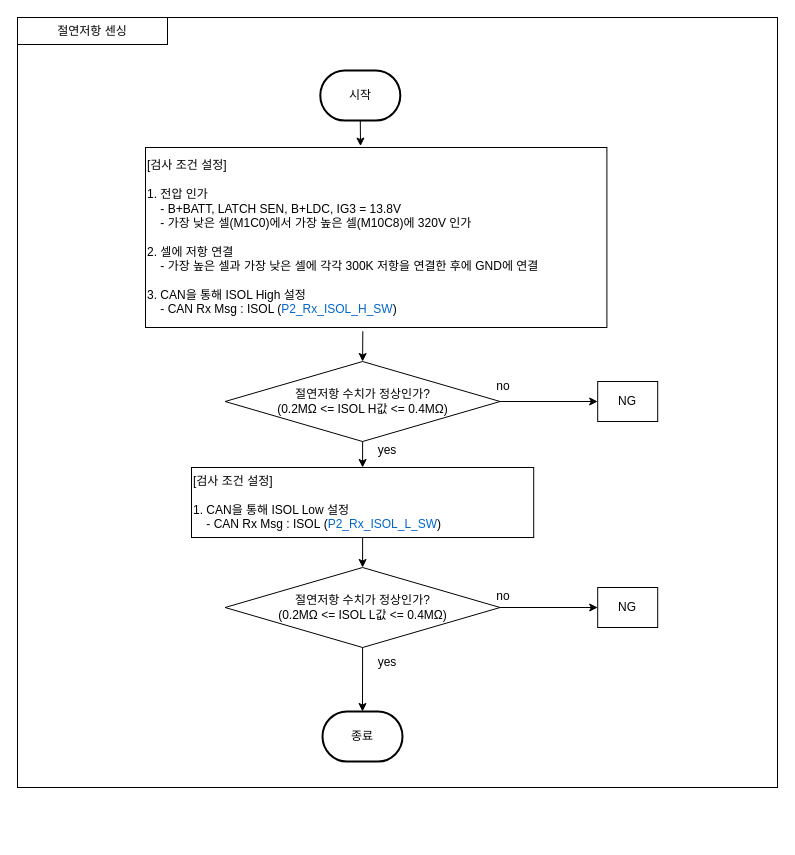
The draw.io diagram 절연저항 센싱.drawio in chaeyoonl/state-transition-diagram-test, before the edit. Source tidied: cells renumbered, new cells numbered last; positions are measured from the earlier drawing's top-left corner, leaving out a move shared by most shapes. Both pictures are drawn from the tidied source at 100%, with x=0, y=0 at pixel (17, 17).
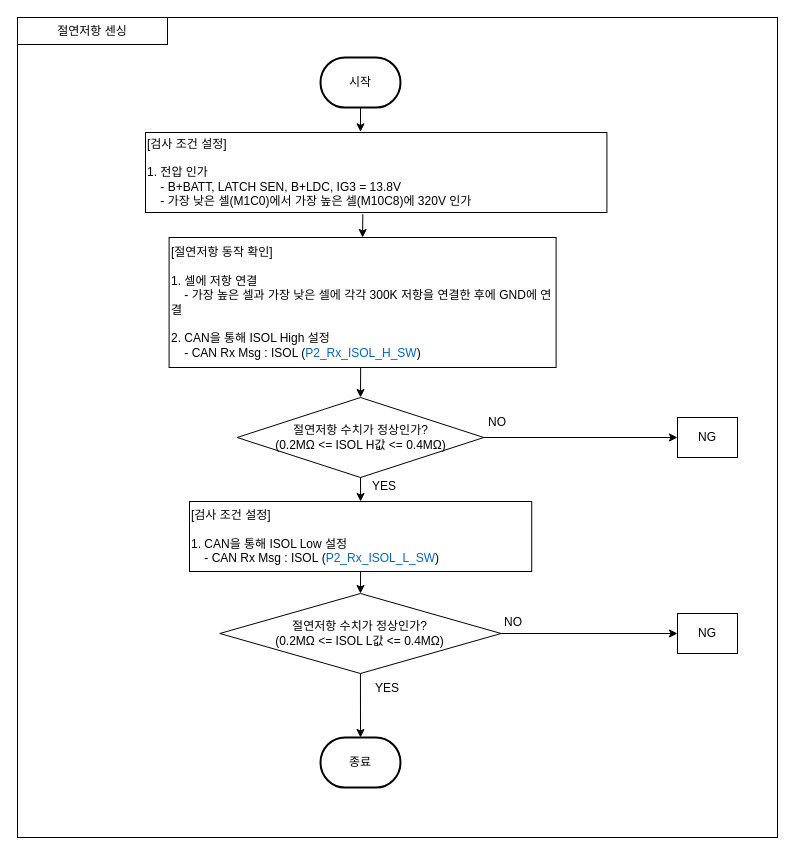
The same page after the edit.

Commit message:
절연저항 센싱.drawio 업데이트

Change to the diagram source:
```diff
@@
     <mxCell id="2" style="rounded=0;whiteSpace=wrap;html=1;align=left;" parent="1" vertex="1">
-      <mxGeometry width="760" height="770" as="geometry" />
+      <mxGeometry width="760" height="820" as="geometry" />
     </mxCell>
     <mxCell id="3" value="시작" style="strokeWidth=2;html=1;shape=mxgraph.flowchart.terminator;whiteSpace=wrap;" parent="1" vertex="1">
-      <mxGeometry x="302.8" y="53" width="80" height="50" as="geometry" />
+      <mxGeometry x="303" y="40" width="80" height="50" as="geometry" />
     </mxCell>
-    <mxCell id="4" value="[검사 조건 설정]&lt;br&gt;&lt;br&gt;1. 전압 인가&lt;br&gt;&amp;nbsp; &amp;nbsp; - B+BATT, LATCH SEN, B+LDC, IG3 = 13.8V&lt;br&gt;&amp;nbsp; &amp;nbsp; - 가장 낮은 셀(M1C0)에서 가장 높은 셀(M10C8)에 320V 인가&lt;br&gt;&lt;br&gt;2. 셀에 저항 연결&lt;br&gt;&amp;nbsp; &amp;nbsp; - 가장 높은 셀과 가장 낮은 셀에 각각 300K 저항을 연결한 후에 GND에 연결&lt;br&gt;&lt;br&gt;3. CAN을 통해 ISOL High 설정&lt;br style=&quot;border-color: var(--border-color);&quot;&gt;&amp;nbsp; &amp;nbsp; - CAN Rx Msg :&amp;nbsp;ISOL (&lt;font style=&quot;border-color: var(--border-color);&quot; color=&quot;#0066cc&quot;&gt;P2_Rx_ISOL_H_SW&lt;/font&gt;)" style="rounded=0;whiteSpace=wrap;html=1;align=left;" parent="1" vertex="1">
-      <mxGeometry x="128" y="130" width="461.4" height="180" as="geometry" />
+    <mxCell id="4" value="[검사 조건 설정]&lt;br&gt;&lt;br&gt;1. 전압 인가&lt;br&gt;&amp;nbsp; &amp;nbsp; - B+BATT, LATCH SEN, B+LDC, IG3 = 13.8V&lt;br&gt;&amp;nbsp; &amp;nbsp; - 가장 낮은 셀(M1C0)에서 가장 높은 셀(M10C8)에 320V 인가" style="rounded=0;whiteSpace=wrap;html=1;align=left;" parent="1" vertex="1">
+      <mxGeometry x="128" y="115" width="461.4" height="80" as="geometry" />
     </mxCell>
@@
     <mxCell id="6" value="절연저항 수치가 정상인가?&lt;br&gt;(0.2MΩ &amp;lt;= ISOL H값 &amp;lt;= 0.4MΩ)" style="rhombus;whiteSpace=wrap;html=1;" parent="1" vertex="1">
-      <mxGeometry x="207.6" y="344" width="275" height="80" as="geometry" />
+      <mxGeometry x="219.7" y="380" width="246.6" height="80" as="geometry" />
     </mxCell>
     <mxCell id="7" value="[검사 조건 설정]&lt;br&gt;&lt;br&gt;1. CAN을 통해 ISOL Low 설정&lt;br&gt;&amp;nbsp; &amp;nbsp; - CAN Rx Msg :&amp;nbsp;ISOL&amp;nbsp;(&lt;font color=&quot;#0066cc&quot;&gt;P2_Rx_ISOL_L_SW&lt;/font&gt;)" style="rounded=0;whiteSpace=wrap;html=1;align=left;" parent="1" vertex="1">
-      <mxGeometry x="174" y="450" width="342.2" height="70" as="geometry" />
+      <mxGeometry x="172" y="484" width="342.2" height="70" as="geometry" />
     </mxCell>
-    <mxCell id="8" value="절연저항 수치가 정상인가?&lt;br&gt;(0.2MΩ &amp;lt;= ISOL L값 &amp;lt;= 0.4MΩ)" style="rhombus;whiteSpace=wrap;html=1;" parent="1" vertex="1">
-      <mxGeometry x="207.6" y="550" width="275" height="80" as="geometry" />
+    <mxCell id="8" value="절연저항 수치가 정상인가?&lt;br style=&quot;border-color: var(--border-color);&quot;&gt;(0.2MΩ &amp;lt;= ISOL L값 &amp;lt;= 0.4MΩ)" style="rhombus;whiteSpace=wrap;html=1;" parent="1" vertex="1">
+      <mxGeometry x="202.3" y="576" width="281.3" height="80" as="geometry" />
     </mxCell>
-    <mxCell id="9" style="endArrow=classic;html=1;rounded=0;exitX=0.471;exitY=1.021;exitDx=0;exitDy=0;entryX=0.5;entryY=0;entryDx=0;entryDy=0;exitPerimeter=0;" parent="1" edge="1" source="4" target="6">
+    <mxCell id="9" style="endArrow=classic;html=1;rounded=0;exitX=0.495;exitY=1.001;exitDx=0;exitDy=0;entryX=0.5;entryY=0;entryDx=0;entryDy=0;exitPerimeter=0;" parent="1" edge="1" source="24" target="6">
       <mxGeometry relative="1" as="geometry" />
     </mxCell>
@@
-    <mxCell id="12" value="yes" style="text;html=1;strokeColor=none;fillColor=none;align=center;verticalAlign=middle;whiteSpace=wrap;rounded=0;" parent="1" vertex="1">
-      <mxGeometry x="340.2" y="630" width="60" height="30" as="geometry" />
+    <mxCell id="12" value="YES" style="text;html=1;strokeColor=none;fillColor=none;align=center;verticalAlign=middle;whiteSpace=wrap;rounded=0;" parent="1" vertex="1">
+      <mxGeometry x="340.2" y="656" width="60" height="30" as="geometry" />
     </mxCell>
     <mxCell id="13" value="종료" style="strokeWidth=2;html=1;shape=mxgraph.flowchart.terminator;whiteSpace=wrap;" parent="1" vertex="1">
-      <mxGeometry x="305" y="694" width="80" height="50" as="geometry" />
+      <mxGeometry x="303" y="720" width="80" height="50" as="geometry" />
     </mxCell>
@@
     <mxCell id="15" value="NG" style="rounded=0;whiteSpace=wrap;html=1;align=center;" parent="1" vertex="1">
-      <mxGeometry x="580.2" y="364" width="60" height="40" as="geometry" />
+      <mxGeometry x="660" y="400" width="60" height="40" as="geometry" />
     </mxCell>
     <mxCell id="16" value="NG" style="rounded=0;whiteSpace=wrap;html=1;align=center;" parent="1" vertex="1">
-      <mxGeometry x="580.2" y="570" width="60" height="40" as="geometry" />
+      <mxGeometry x="660" y="596" width="60" height="40" as="geometry" />
     </mxCell>
@@
-    <mxCell id="19" value="yes" style="text;html=1;strokeColor=none;fillColor=none;align=center;verticalAlign=middle;whiteSpace=wrap;rounded=0;" parent="1" vertex="1">
-      <mxGeometry x="340.2" y="418" width="60" height="30" as="geometry" />
+    <mxCell id="19" value="YES" style="text;html=1;strokeColor=none;fillColor=none;align=center;verticalAlign=middle;whiteSpace=wrap;rounded=0;" parent="1" vertex="1">
+      <mxGeometry x="337.2" y="454" width="60" height="30" as="geometry" />
     </mxCell>
-    <mxCell id="20" value="no" style="text;html=1;strokeColor=none;fillColor=none;align=center;verticalAlign=middle;whiteSpace=wrap;rounded=0;" parent="1" vertex="1">
-      <mxGeometry x="456.2" y="354" width="60" height="30" as="geometry" />
+    <mxCell id="20" value="NO" style="text;html=1;strokeColor=none;fillColor=none;align=center;verticalAlign=middle;whiteSpace=wrap;rounded=0;" parent="1" vertex="1">
+      <mxGeometry x="450" y="390" width="60" height="30" as="geometry" />
     </mxCell>
-    <mxCell id="21" value="no" style="text;html=1;strokeColor=none;fillColor=none;align=center;verticalAlign=middle;whiteSpace=wrap;rounded=0;" parent="1" vertex="1">
-      <mxGeometry x="456.2" y="564" width="60" height="30" as="geometry" />
+    <mxCell id="21" value="NO" style="text;html=1;strokeColor=none;fillColor=none;align=center;verticalAlign=middle;whiteSpace=wrap;rounded=0;" parent="1" vertex="1">
+      <mxGeometry x="466.3" y="590" width="60" height="30" as="geometry" />
     </mxCell>
@@
+    <mxCell id="23" style="endArrow=classic;html=1;rounded=0;exitX=0.471;exitY=1.021;exitDx=0;exitDy=0;entryX=0.5;entryY=0;entryDx=0;entryDy=0;exitPerimeter=0;" parent="1" edge="1" source="4" target="24">
+      <mxGeometry relative="1" as="geometry" />
+    </mxCell>
+    <mxCell id="24" value="[절연저항&amp;nbsp;&lt;span style=&quot;border-color: var(--border-color); text-align: center; background-color: initial;&quot;&gt;동작 확인&lt;/span&gt;]&lt;br&gt;&lt;br&gt;1. 셀에 저항 연결&lt;br style=&quot;border-color: var(--border-color);&quot;&gt;&amp;nbsp; &amp;nbsp; - 가장 높은 셀과 가장 낮은 셀에 각각 300K 저항을 연결한 후에 GND에 연결&lt;br style=&quot;border-color: var(--border-color);&quot;&gt;&lt;br style=&quot;border-color: var(--border-color);&quot;&gt;2. CAN을 통해 ISOL High 설정&lt;br style=&quot;border-color: var(--border-color);&quot;&gt;&amp;nbsp; &amp;nbsp; - CAN Rx Msg :&amp;nbsp;ISOL (&lt;font style=&quot;border-color: var(--border-color);&quot; color=&quot;#0066cc&quot;&gt;P2_Rx_ISOL_H_SW&lt;/font&gt;)" style="rounded=0;whiteSpace=wrap;html=1;align=left;" parent="1" vertex="1">
+      <mxGeometry x="151.6" y="220" width="387" height="130" as="geometry" />
+    </mxCell>
```
